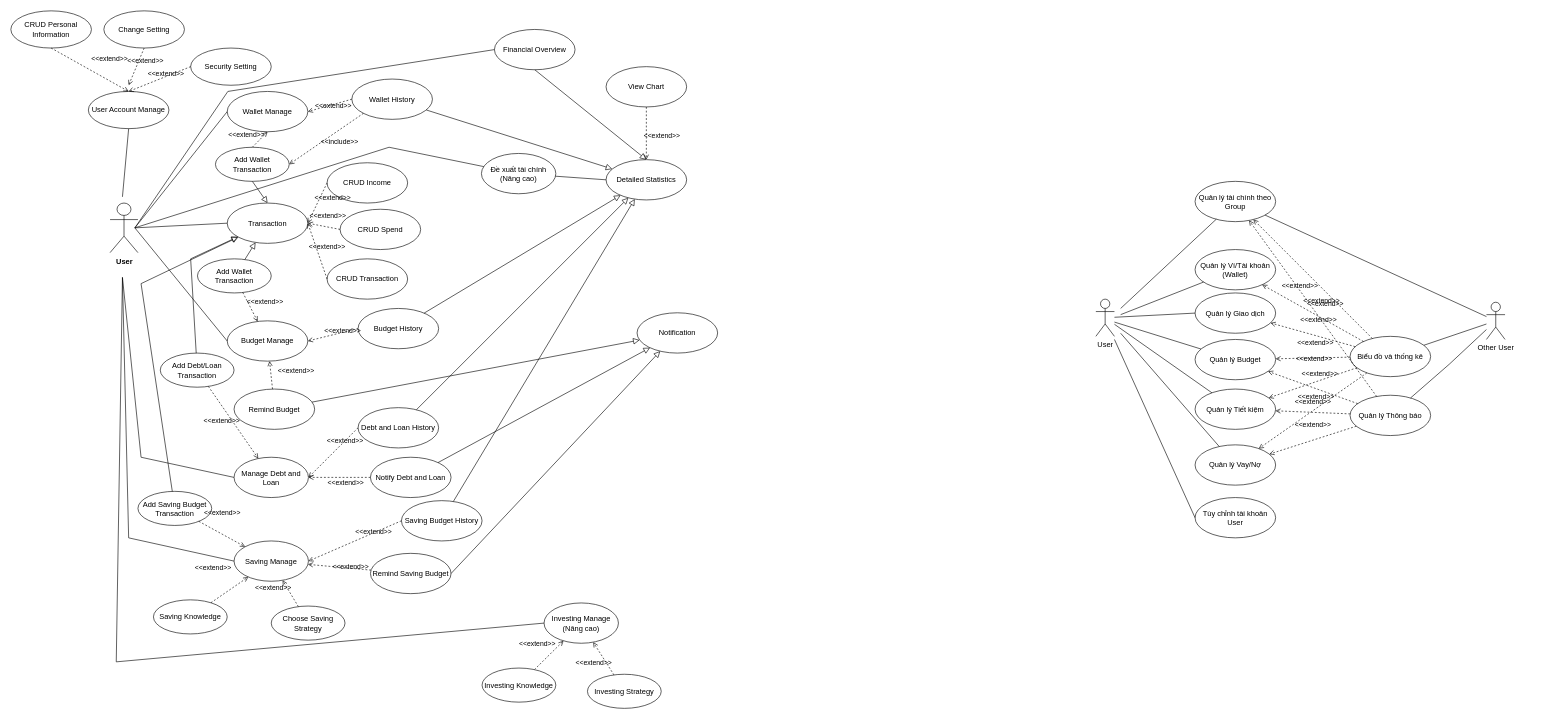
Earlier version of the draw.io diagram design UML/FinancialManageUsecase.drawio (vulm-neo01/financial-management). Source tidied: cells renumbered, new cells numbered last; positions are measured from the earlier drawing's top-left corner, leaving out a move shared by most shapes. Both pictures are drawn from the tidied source at 62%, with x=0, y=0 at pixel (11, 11).
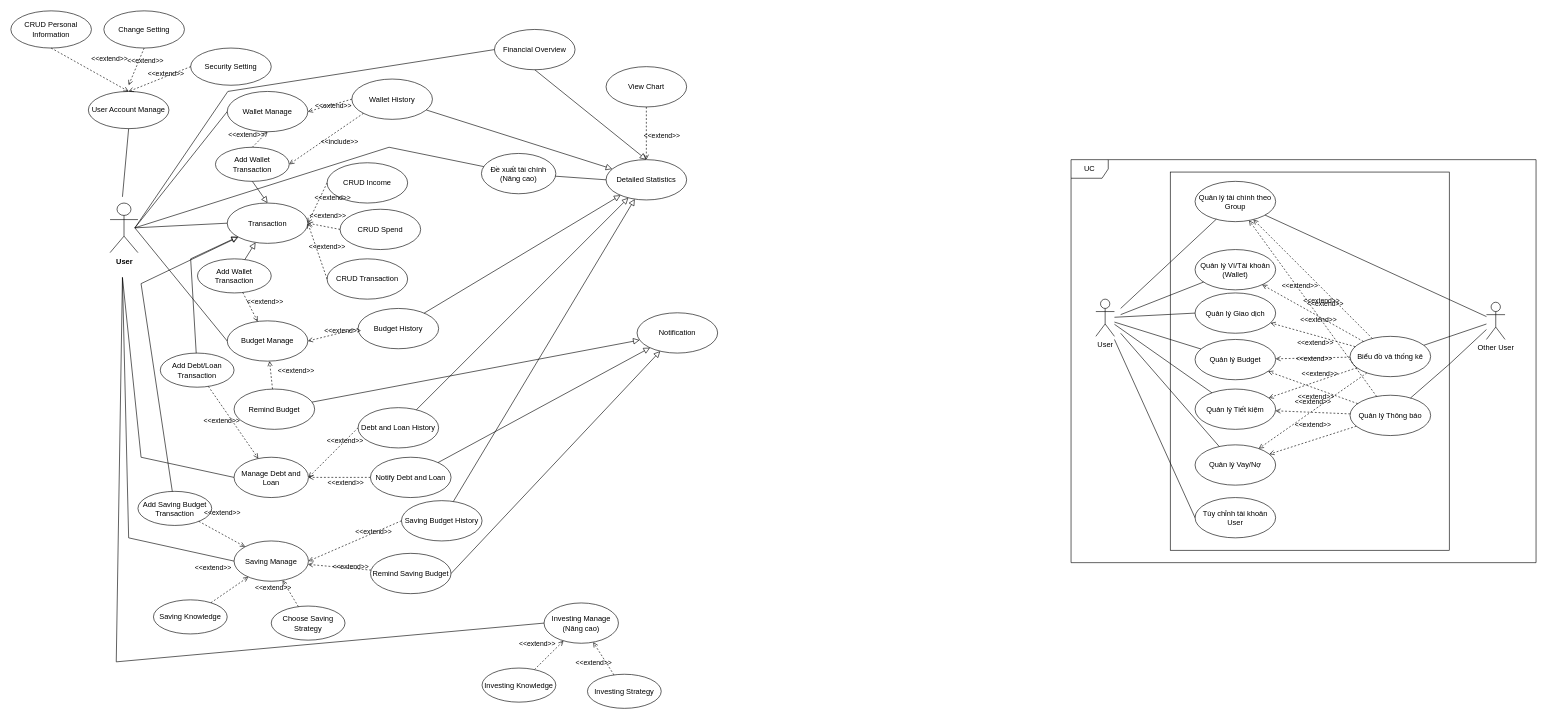
After the change.

Change to the diagram source:
```diff
@@
+    <mxCell id="124" style="rounded=0;whiteSpace=wrap;html=1;" parent="1" vertex="1">
+      <mxGeometry x="1870" y="260" width="450" height="610" as="geometry" />
+    </mxCell>
@@
+    <mxCell id="125" value="UC" style="shape=umlFrame;whiteSpace=wrap;html=1;" parent="1" vertex="1">
+      <mxGeometry x="1710" y="240" width="750" height="650" as="geometry" />
+    </mxCell>
```
